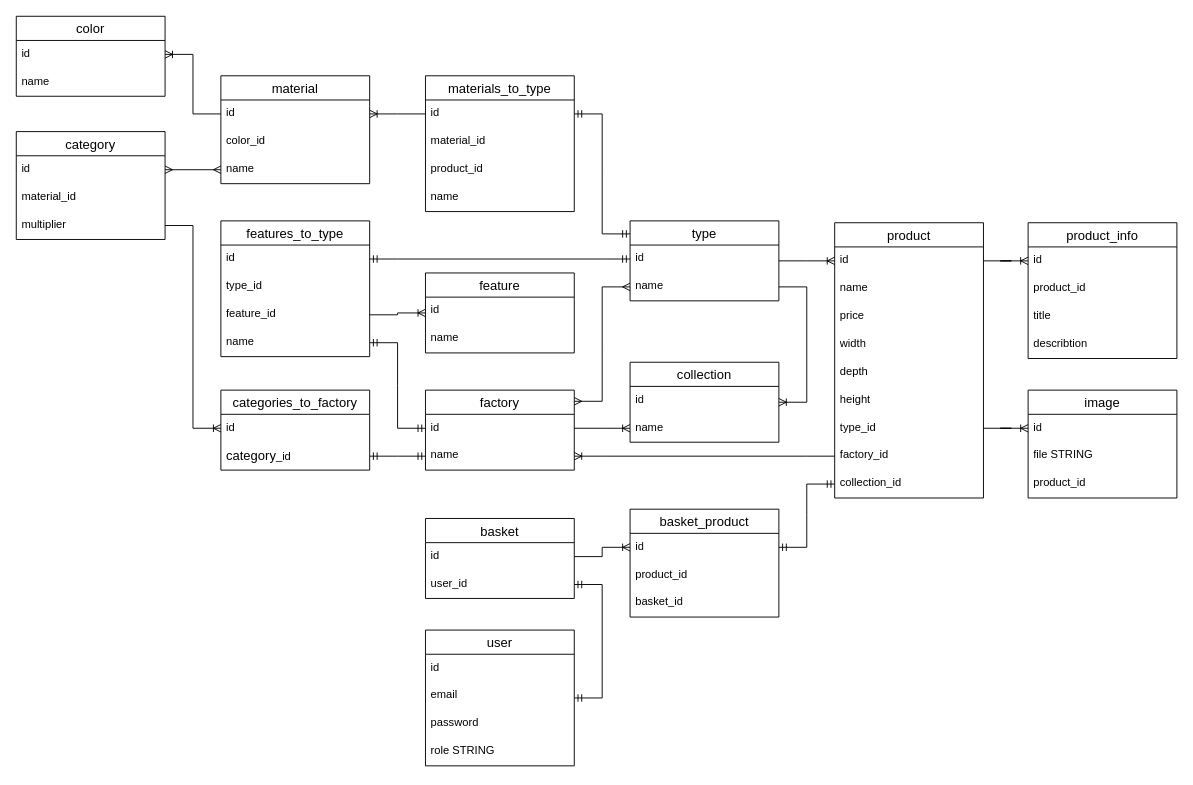
Earlier version of the draw.io diagram DB-riazanov-shop.drawio (Ingwaruz/riazanov-mebel-shop). Source tidied: cells renumbered, new cells numbered last; positions are measured from the earlier drawing's top-left corner, leaving out a move shared by most shapes. Both pictures are drawn from the tidied source at 93%, with x=0, y=0 at pixel (-24, 16).
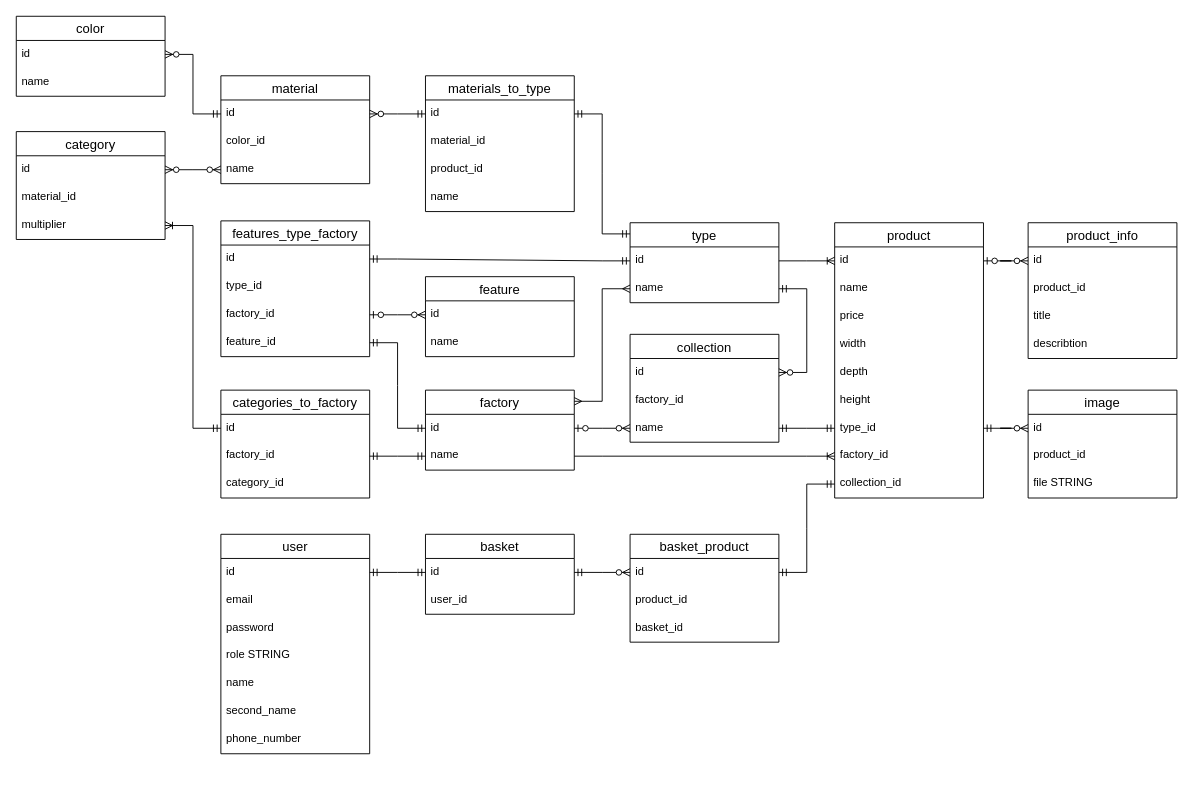
The same page after the edit.

The change refers to these unchanged cells:
```xml
<mxCell id="3" value="id" style="text;strokeColor=none;fillColor=none;spacingLeft=4;spacingRight=4;overflow=hidden;points=[[0,0.5],[1,0.5]];portConstraint=eastwest;fontSize=12;whiteSpace=wrap;html=1;" parent="2" vertex="1">
  <mxGeometry y="26" width="160" height="30" as="geometry" />
</mxCell>
<mxCell id="8" value="id" style="text;strokeColor=none;fillColor=none;spacingLeft=4;spacingRight=4;overflow=hidden;points=[[0,0.5],[1,0.5]];portConstraint=eastwest;fontSize=12;whiteSpace=wrap;html=1;" parent="7" vertex="1">
  <mxGeometry y="26" width="160" height="30" as="geometry" />
</mxCell>
<mxCell id="9" value="user_id" style="text;strokeColor=none;fillColor=none;spacingLeft=4;spacingRight=4;overflow=hidden;points=[[0,0.5],[1,0.5]];portConstraint=eastwest;fontSize=12;whiteSpace=wrap;html=1;" parent="7" vertex="1">
  <mxGeometry y="56" width="160" height="30" as="geometry" />
</mxCell>
<mxCell id="11" value="id" style="text;strokeColor=none;fillColor=none;spacingLeft=4;spacingRight=4;overflow=hidden;points=[[0,0.5],[1,0.5]];portConstraint=eastwest;fontSize=12;whiteSpace=wrap;html=1;" parent="10" vertex="1">
  <mxGeometry y="26" width="160" height="30" as="geometry" />
</mxCell>
<mxCell id="17" value="type_id" style="text;strokeColor=none;fillColor=none;spacingLeft=4;spacingRight=4;overflow=hidden;points=[[0,0.5],[1,0.5]];portConstraint=eastwest;fontSize=12;whiteSpace=wrap;html=1;" parent="10" vertex="1">
  <mxGeometry y="206" width="160" height="30" as="geometry" />
</mxCell>
<mxCell id="18" value="factory_id" style="text;strokeColor=none;fillColor=none;spacingLeft=4;spacingRight=4;overflow=hidden;points=[[0,0.5],[1,0.5]];portConstraint=eastwest;fontSize=12;whiteSpace=wrap;html=1;" parent="10" vertex="1">
  <mxGeometry y="236" width="160" height="30" as="geometry" />
</mxCell>
<mxCell id="21" value="id" style="text;strokeColor=none;fillColor=none;spacingLeft=4;spacingRight=4;overflow=hidden;points=[[0,0.5],[1,0.5]];portConstraint=eastwest;fontSize=12;whiteSpace=wrap;html=1;" parent="20" vertex="1">
  <mxGeometry y="26" width="160" height="30" as="geometry" />
</mxCell>
<mxCell id="22" value="name" style="text;strokeColor=none;fillColor=none;spacingLeft=4;spacingRight=4;overflow=hidden;points=[[0,0.5],[1,0.5]];portConstraint=eastwest;fontSize=12;whiteSpace=wrap;html=1;" parent="20" vertex="1">
  <mxGeometry y="56" width="160" height="30" as="geometry" />
</mxCell>
<mxCell id="24" value="id" style="text;strokeColor=none;fillColor=none;spacingLeft=4;spacingRight=4;overflow=hidden;points=[[0,0.5],[1,0.5]];portConstraint=eastwest;fontSize=12;whiteSpace=wrap;html=1;" parent="23" vertex="1">
  <mxGeometry y="26" width="160" height="30" as="geometry" />
</mxCell>
<mxCell id="25" value="name" style="text;strokeColor=none;fillColor=none;spacingLeft=4;spacingRight=4;overflow=hidden;points=[[0,0.5],[1,0.5]];portConstraint=eastwest;fontSize=12;whiteSpace=wrap;html=1;" parent="23" vertex="1">
  <mxGeometry y="56" width="160" height="30" as="geometry" />
</mxCell>
<mxCell id="28" value="id" style="text;strokeColor=none;fillColor=none;spacingLeft=4;spacingRight=4;overflow=hidden;points=[[0,0.5],[1,0.5]];portConstraint=eastwest;fontSize=12;whiteSpace=wrap;html=1;" parent="27" vertex="1">
  <mxGeometry y="26" width="160" height="30" as="geometry" />
</mxCell>
<mxCell id="33" value="id" style="text;strokeColor=none;fillColor=none;spacingLeft=4;spacingRight=4;overflow=hidden;points=[[0,0.5],[1,0.5]];portConstraint=eastwest;fontSize=12;whiteSpace=wrap;html=1;" parent="32" vertex="1">
  <mxGeometry y="26" width="160" height="30" as="geometry" />
</mxCell>
<mxCell id="40" value="id" style="text;strokeColor=none;fillColor=none;spacingLeft=4;spacingRight=4;overflow=hidden;points=[[0,0.5],[1,0.5]];portConstraint=eastwest;fontSize=12;whiteSpace=wrap;html=1;" parent="39" vertex="1">
  <mxGeometry y="26" width="160" height="30" as="geometry" />
</mxCell>
<mxCell id="43" value="id" style="text;strokeColor=none;fillColor=none;spacingLeft=4;spacingRight=4;overflow=hidden;points=[[0,0.5],[1,0.5]];portConstraint=eastwest;fontSize=12;whiteSpace=wrap;html=1;" parent="42" vertex="1">
  <mxGeometry y="26" width="160" height="30" as="geometry" />
</mxCell>
<mxCell id="46" value="id" style="text;strokeColor=none;fillColor=none;spacingLeft=4;spacingRight=4;overflow=hidden;points=[[0,0.5],[1,0.5]];portConstraint=eastwest;fontSize=12;whiteSpace=wrap;html=1;" parent="45" vertex="1">
  <mxGeometry y="26" width="160" height="30" as="geometry" />
</mxCell>
<mxCell id="48" value="name" style="text;strokeColor=none;fillColor=none;spacingLeft=4;spacingRight=4;overflow=hidden;points=[[0,0.5],[1,0.5]];portConstraint=eastwest;fontSize=12;whiteSpace=wrap;html=1;" parent="45" vertex="1">
  <mxGeometry y="86" width="160" height="30" as="geometry" />
</mxCell>
<mxCell id="52" value="id" style="text;strokeColor=none;fillColor=none;spacingLeft=4;spacingRight=4;overflow=hidden;points=[[0,0.5],[1,0.5]];portConstraint=eastwest;fontSize=12;whiteSpace=wrap;html=1;" parent="51" vertex="1">
  <mxGeometry y="26" width="160" height="30" as="geometry" />
</mxCell>
<mxCell id="58" value="image" style="swimlane;fontStyle=0;horizontal=1;startSize=26;align=center;fontSize=14;" parent="1" vertex="1">
  <mxGeometry x="1131" y="402" width="160" height="116" as="geometry" />
</mxCell>
<mxCell id="59" value="id" style="text;strokeColor=none;fillColor=none;spacingLeft=4;spacingRight=4;overflow=hidden;points=[[0,0.5],[1,0.5]];portConstraint=eastwest;fontSize=12;whiteSpace=wrap;html=1;" parent="58" vertex="1">
  <mxGeometry y="26" width="160" height="30" as="geometry" />
</mxCell>
<mxCell id="63" value="id" style="text;strokeColor=none;fillColor=none;spacingLeft=4;spacingRight=4;overflow=hidden;points=[[0,0.5],[1,0.5]];portConstraint=eastwest;fontSize=12;whiteSpace=wrap;html=1;" parent="62" vertex="1">
  <mxGeometry y="26" width="160" height="30" as="geometry" />
</mxCell>
<mxCell id="65" value="multiplier" style="text;strokeColor=none;fillColor=none;spacingLeft=4;spacingRight=4;overflow=hidden;points=[[0,0.5],[1,0.5]];portConstraint=eastwest;fontSize=12;whiteSpace=wrap;html=1;" parent="62" vertex="1">
  <mxGeometry y="86" width="160" height="30" as="geometry" />
</mxCell>
<mxCell id="67" value="id" style="text;strokeColor=none;fillColor=none;spacingLeft=4;spacingRight=4;overflow=hidden;points=[[0,0.5],[1,0.5]];portConstraint=eastwest;fontSize=12;whiteSpace=wrap;html=1;" parent="66" vertex="1">
  <mxGeometry y="26" width="160" height="30" as="geometry" />
</mxCell>
<mxCell id="77" value="id" style="text;strokeColor=none;fillColor=none;spacingLeft=4;spacingRight=4;overflow=hidden;points=[[0,0.5],[1,0.5]];portConstraint=eastwest;fontSize=12;whiteSpace=wrap;html=1;" parent="76" vertex="1">
  <mxGeometry y="26" width="160" height="30" as="geometry" />
</mxCell>
```

The edit, as a diff of the source:
```diff
@@
     <mxCell id="2" value="user" style="swimlane;fontStyle=0;horizontal=1;startSize=26;align=center;fontSize=14;" parent="1" vertex="1">
-      <mxGeometry x="483" y="660" width="160" height="146" as="geometry" />
+      <mxGeometry x="263" y="557" width="160" height="236" as="geometry" />
     </mxCell>
@@
+    <mxCell id="88" value="name" style="text;strokeColor=none;fillColor=none;spacingLeft=4;spacingRight=4;overflow=hidden;fontSize=12;whiteSpace=wrap;html=1;" parent="2" vertex="1">
+      <mxGeometry y="146" width="160" height="30" as="geometry" />
+    </mxCell>
+    <mxCell id="89" value="second_name" style="text;strokeColor=none;fillColor=none;spacingLeft=4;spacingRight=4;overflow=hidden;fontSize=12;whiteSpace=wrap;html=1;" parent="2" vertex="1">
+      <mxGeometry y="176" width="160" height="30" as="geometry" />
+    </mxCell>
+    <mxCell id="90" value="phone_number" style="text;strokeColor=none;fillColor=none;spacingLeft=4;spacingRight=4;overflow=hidden;fontSize=12;whiteSpace=wrap;html=1;" parent="2" vertex="1">
+      <mxGeometry y="206" width="160" height="30" as="geometry" />
+    </mxCell>
     <mxCell id="7" value="basket" style="swimlane;fontStyle=0;horizontal=1;startSize=26;align=center;fontSize=14;" parent="1" vertex="1">
-      <mxGeometry x="483" y="540" width="160" height="86" as="geometry" />
+      <mxGeometry x="483" y="557" width="160" height="86" as="geometry" />
     </mxCell>
@@
     <mxCell id="23" value="type" style="swimlane;fontStyle=0;horizontal=1;startSize=26;align=center;fontSize=14;" parent="1" vertex="1">
-      <mxGeometry x="703" y="220" width="160" height="86" as="geometry" />
+      <mxGeometry x="703" y="222" width="160" height="86" as="geometry" />
     </mxCell>
@@
-    <mxCell id="26" style="edgeStyle=entityRelationEdgeStyle;fontSize=12;html=1;endArrow=ERoneToMany;rounded=0;" parent="1" edge="1" source="23" target="11">
+    <mxCell id="26" style="edgeStyle=entityRelationEdgeStyle;fontSize=12;html=1;endArrow=ERoneToMany;rounded=0;" parent="1" edge="1" source="24" target="11">
       <mxGeometry relative="1" as="geometry" />
     </mxCell>
@@
     <mxCell id="32" value="basket_product" style="swimlane;fontStyle=0;horizontal=1;startSize=26;align=center;fontSize=14;" parent="1" vertex="1">
-      <mxGeometry x="703" y="530" width="160" height="116" as="geometry" />
+      <mxGeometry x="703" y="557" width="160" height="116" as="geometry" />
     </mxCell>
@@
-    <mxCell id="36" style="edgeStyle=entityRelationEdgeStyle;fontSize=12;html=1;endArrow=ERoneToMany;rounded=0;" parent="1" edge="1" source="8" target="33">
-      <mxGeometry relative="1" as="geometry" />
-    </mxCell>
-    <mxCell id="37" style="edgeStyle=entityRelationEdgeStyle;fontSize=12;html=1;endArrow=ERmandOne;startArrow=ERmandOne;rounded=0;" parent="1" edge="1" source="9" target="2">
+    <mxCell id="37" style="edgeStyle=entityRelationEdgeStyle;fontSize=12;html=1;endArrow=ERmandOne;startArrow=ERmandOne;rounded=0;" parent="1" edge="1" source="8" target="3">
       <mxGeometry relative="1" as="geometry">
         <Array as="points">
-          <mxPoint x="603" y="909" />
-          <mxPoint x="513" y="909" />
-          <mxPoint x="503" y="909" />
+          <mxPoint x="603" y="936" />
+          <mxPoint x="513" y="936" />
+          <mxPoint x="503" y="936" />
         </Array>
       </mxGeometry>
     </mxCell>
@@
     <mxCell id="39" value="collection" style="swimlane;fontStyle=0;horizontal=1;startSize=26;align=center;fontSize=14;" parent="1" vertex="1">
-      <mxGeometry x="703" y="372" width="160" height="86" as="geometry" />
+      <mxGeometry x="703" y="342" width="160" height="116" as="geometry" />
     </mxCell>
@@
-    <mxCell id="41" value="name" style="text;strokeColor=none;fillColor=none;spacingLeft=4;spacingRight=4;overflow=hidden;points=[[0,0.5],[1,0.5]];portConstraint=eastwest;fontSize=12;whiteSpace=wrap;html=1;" parent="39" vertex="1">
+    <mxCell id="41" value="factory_id" style="text;strokeColor=none;fillColor=none;spacingLeft=4;spacingRight=4;overflow=hidden;points=[[0,0.5],[1,0.5]];portConstraint=eastwest;fontSize=12;whiteSpace=wrap;html=1;" parent="39" vertex="1">
       <mxGeometry y="56" width="160" height="30" as="geometry" />
     </mxCell>
+    <mxCell id="91" value="name" style="text;strokeColor=none;fillColor=none;spacingLeft=4;spacingRight=4;overflow=hidden;points=[[0,0.5],[1,0.5]];portConstraint=eastwest;fontSize=12;whiteSpace=wrap;html=1;" parent="39" vertex="1">
+      <mxGeometry y="86" width="160" height="30" as="geometry" />
+    </mxCell>
@@
-    <mxCell id="49" style="edgeStyle=entityRelationEdgeStyle;fontSize=12;html=1;endArrow=ERoneToMany;rounded=0;" parent="1" edge="1" source="46" target="43">
-      <mxGeometry relative="1" as="geometry" />
-    </mxCell>
-    <mxCell id="50" style="edgeStyle=entityRelationEdgeStyle;fontSize=12;html=1;endArrow=ERoneToMany;rounded=0;" parent="1" edge="1" source="21" target="41">
-      <mxGeometry relative="1" as="geometry" />
-    </mxCell>
@@
-    <mxCell id="57" style="edgeStyle=entityRelationEdgeStyle;fontSize=12;html=1;endArrow=ERoneToMany;rounded=0;" parent="1" edge="1" source="52" target="46">
-      <mxGeometry relative="1" as="geometry" />
-    </mxCell>
@@
-    <mxCell id="60" value="file STRING" style="text;strokeColor=none;fillColor=none;spacingLeft=4;spacingRight=4;overflow=hidden;fontSize=12;whiteSpace=wrap;html=1;" parent="58" vertex="1">
+    <mxCell id="60" value="product_id" style="text;strokeColor=none;fillColor=none;spacingLeft=4;spacingRight=4;overflow=hidden;fontSize=12;whiteSpace=wrap;html=1;" parent="58" vertex="1">
       <mxGeometry y="56" width="160" height="30" as="geometry" />
     </mxCell>
-    <mxCell id="61" value="product_id" style="text;strokeColor=none;fillColor=none;spacingLeft=4;spacingRight=4;overflow=hidden;fontSize=12;whiteSpace=wrap;html=1;" parent="58" vertex="1">
+    <mxCell id="61" value="file STRING" style="text;strokeColor=none;fillColor=none;spacingLeft=4;spacingRight=4;overflow=hidden;fontSize=12;whiteSpace=wrap;html=1;" parent="58" vertex="1">
       <mxGeometry y="86" width="160" height="30" as="geometry" />
     </mxCell>
@@
     <mxCell id="66" value="feature" style="swimlane;fontStyle=0;horizontal=1;startSize=26;align=center;fontSize=14;" parent="1" vertex="1">
-      <mxGeometry x="483" y="276" width="160" height="86" as="geometry" />
+      <mxGeometry x="483" y="280" width="160" height="86" as="geometry" />
     </mxCell>
@@
-    <mxCell id="69" style="edgeStyle=entityRelationEdgeStyle;fontSize=12;html=1;endArrow=ERoneToMany;rounded=0;" parent="1" edge="1" source="85" target="66">
-      <mxGeometry relative="1" as="geometry">
-        <Array as="points">
-          <mxPoint x="290" y="424" />
-        </Array>
-      </mxGeometry>
-    </mxCell>
-    <mxCell id="70" style="edgeStyle=entityRelationEdgeStyle;fontSize=12;html=1;endArrow=ERoneToMany;rounded=0;" parent="1" edge="1" source="25" target="39">
-      <mxGeometry relative="1" as="geometry" />
-    </mxCell>
@@
-    <mxCell id="72" style="edgeStyle=entityRelationEdgeStyle;fontSize=12;html=1;endArrow=ERoneToMany;rounded=0;" parent="1" edge="1" source="18" target="22">
+    <mxCell id="72" style="edgeStyle=entityRelationEdgeStyle;fontSize=12;html=1;endArrow=ERoneToMany;rounded=0;" parent="1" edge="1" source="22" target="18">
       <mxGeometry relative="1" as="geometry">
         <Array as="points">
           <mxPoint x="850" y="470" />
           <mxPoint x="890" y="510" />
           <mxPoint x="880" y="510" />
         </Array>
       </mxGeometry>
     </mxCell>
-    <mxCell id="73" style="edgeStyle=entityRelationEdgeStyle;fontSize=12;html=1;endArrow=ERoneToMany;rounded=0;" parent="1" edge="1" source="11" target="28">
-      <mxGeometry relative="1" as="geometry" />
-    </mxCell>
-    <mxCell id="74" style="edgeStyle=entityRelationEdgeStyle;fontSize=12;html=1;endArrow=ERoneToMany;rounded=0;" parent="1" edge="1" source="17" target="59">
-      <mxGeometry relative="1" as="geometry" />
-    </mxCell>
-    <mxCell id="75" style="edgeStyle=entityRelationEdgeStyle;fontSize=12;html=1;endArrow=ERmany;startArrow=ERmany;rounded=0;" parent="1" edge="1" source="63" target="48">
-      <mxGeometry relative="1" as="geometry" />
-    </mxCell>
     <mxCell id="76" value="categories_to_factory" style="swimlane;fontStyle=0;horizontal=1;startSize=26;align=center;fontSize=14;" parent="1" vertex="1">
-      <mxGeometry x="263" y="402" width="160" height="86" as="geometry" />
+      <mxGeometry x="263" y="402" width="160" height="116" as="geometry" />
     </mxCell>
@@
-    <mxCell id="78" value="&lt;span style=&quot;font-size: 14px; text-align: center; text-wrap: nowrap;&quot;&gt;category&lt;/span&gt;_id" style="text;strokeColor=none;fillColor=none;spacingLeft=4;spacingRight=4;overflow=hidden;points=[[0,0.5],[1,0.5]];portConstraint=eastwest;fontSize=12;whiteSpace=wrap;html=1;" parent="76" vertex="1">
+    <mxCell id="78" value="&lt;div style=&quot;text-align: center;&quot;&gt;&lt;span style=&quot;background-color: initial; text-wrap: nowrap;&quot;&gt;factory_id&lt;/span&gt;&lt;/div&gt;" style="text;strokeColor=none;fillColor=none;spacingLeft=4;spacingRight=4;overflow=hidden;points=[[0,0.5],[1,0.5]];portConstraint=eastwest;fontSize=12;whiteSpace=wrap;html=1;" parent="76" vertex="1">
       <mxGeometry y="56" width="160" height="30" as="geometry" />
     </mxCell>
+    <mxCell id="92" value="&lt;font style=&quot;font-size: 12px;&quot;&gt;&lt;span style=&quot;text-align: center; text-wrap: nowrap;&quot;&gt;category&lt;/span&gt;_id&lt;/font&gt;" style="text;strokeColor=none;fillColor=none;spacingLeft=4;spacingRight=4;overflow=hidden;fontSize=12;whiteSpace=wrap;html=1;" parent="76" vertex="1">
+      <mxGeometry y="86" width="160" height="30" as="geometry" />
+    </mxCell>
@@
-    <mxCell id="81" style="fontSize=12;html=1;endArrow=ERoneToMany;rounded=0;edgeStyle=entityRelationEdgeStyle;elbow=vertical;curved=0;" parent="1" edge="1" source="65" target="77">
-      <mxGeometry relative="1" as="geometry">
-        <Array as="points">
-          <mxPoint x="130" y="330" />
-          <mxPoint y="350" />
-          <mxPoint x="130" y="380" />
-        </Array>
-      </mxGeometry>
-    </mxCell>
-    <mxCell id="82" value="features_to_type" style="swimlane;fontStyle=0;horizontal=1;startSize=26;align=center;fontSize=14;" parent="1" vertex="1">
+    <mxCell id="82" value="features_type_factory" style="swimlane;fontStyle=0;horizontal=1;startSize=26;align=center;fontSize=14;" parent="1" vertex="1">
       <mxGeometry x="263" y="220" width="160" height="146" as="geometry" />
     </mxCell>
@@
-    <mxCell id="85" value="feature_id" style="text;strokeColor=none;fillColor=none;spacingLeft=4;spacingRight=4;overflow=hidden;points=[[0,0.5],[1,0.5]];portConstraint=eastwest;fontSize=12;whiteSpace=wrap;html=1;" parent="82" vertex="1">
+    <mxCell id="85" value="factory_id" style="text;strokeColor=none;fillColor=none;spacingLeft=4;spacingRight=4;overflow=hidden;points=[[0,0.5],[1,0.5]];portConstraint=eastwest;fontSize=12;whiteSpace=wrap;html=1;" parent="82" vertex="1">
       <mxGeometry y="86" width="160" height="30" as="geometry" />
     </mxCell>
-    <mxCell id="86" value="name" style="text;strokeColor=none;fillColor=none;spacingLeft=4;spacingRight=4;overflow=hidden;points=[[0,0.5],[1,0.5]];portConstraint=eastwest;fontSize=12;whiteSpace=wrap;html=1;" parent="82" vertex="1">
+    <mxCell id="86" value="feature_id" style="text;strokeColor=none;fillColor=none;spacingLeft=4;spacingRight=4;overflow=hidden;points=[[0,0.5],[1,0.5]];portConstraint=eastwest;fontSize=12;whiteSpace=wrap;html=1;" parent="82" vertex="1">
       <mxGeometry y="116" width="160" height="30" as="geometry" />
     </mxCell>
@@
+    <mxCell id="93" style="edgeStyle=entityRelationEdgeStyle;fontSize=12;html=1;endArrow=ERmandOne;startArrow=ERmandOne;rounded=0;" parent="1" edge="1" source="91" target="17">
+      <mxGeometry relative="1" as="geometry" />
+    </mxCell>
+    <mxCell id="49" style="edgeStyle=entityRelationEdgeStyle;fontSize=12;html=1;endArrow=ERzeroToMany;startArrow=ERmandOne;rounded=0;" parent="1" edge="1" source="46" target="43">
+      <mxGeometry relative="1" as="geometry" />
+    </mxCell>
+    <mxCell id="75" style="edgeStyle=entityRelationEdgeStyle;fontSize=12;html=1;endArrow=ERzeroToMany;endFill=1;startArrow=ERzeroToMany;rounded=0;" parent="1" edge="1" source="63" target="48">
+      <mxGeometry relative="1" as="geometry" />
+    </mxCell>
+    <mxCell id="73" style="edgeStyle=entityRelationEdgeStyle;fontSize=12;html=1;endArrow=ERzeroToMany;startArrow=ERzeroToOne;rounded=0;" parent="1" edge="1" source="11" target="28">
+      <mxGeometry relative="1" as="geometry" />
+    </mxCell>
+    <mxCell id="74" style="edgeStyle=entityRelationEdgeStyle;fontSize=12;html=1;endArrow=ERzeroToMany;startArrow=ERmandOne;rounded=0;" parent="1" edge="1" source="17" target="59">
+      <mxGeometry relative="1" as="geometry" />
+    </mxCell>
+    <mxCell id="36" style="edgeStyle=entityRelationEdgeStyle;fontSize=12;html=1;endArrow=ERzeroToMany;startArrow=ERmandOne;rounded=0;" parent="1" edge="1" source="8" target="33">
+      <mxGeometry relative="1" as="geometry" />
+    </mxCell>
+    <mxCell id="57" style="edgeStyle=entityRelationEdgeStyle;fontSize=12;html=1;endArrow=ERzeroToMany;startArrow=ERmandOne;rounded=0;" parent="1" edge="1" source="52" target="46">
+      <mxGeometry relative="1" as="geometry">
+        <Array as="points">
+          <mxPoint x="526" y="163" />
+        </Array>
+      </mxGeometry>
+    </mxCell>
+    <mxCell id="94" style="edgeStyle=entityRelationEdgeStyle;fontSize=12;html=1;endArrow=ERzeroToMany;startArrow=ERmandOne;rounded=0;" parent="1" edge="1" source="25" target="40">
+      <mxGeometry relative="1" as="geometry" />
+    </mxCell>
+    <mxCell id="95" style="edgeStyle=entityRelationEdgeStyle;fontSize=12;html=1;endArrow=ERzeroToMany;startArrow=ERzeroToOne;rounded=0;" parent="1" edge="1" source="21" target="91">
+      <mxGeometry relative="1" as="geometry" />
+    </mxCell>
+    <mxCell id="96" style="edgeStyle=entityRelationEdgeStyle;fontSize=12;html=1;endArrow=ERzeroToMany;startArrow=ERzeroToOne;rounded=0;" parent="1" edge="1" source="85" target="67">
+      <mxGeometry relative="1" as="geometry" />
+    </mxCell>
+    <mxCell id="97" style="edgeStyle=entityRelationEdgeStyle;fontSize=12;html=1;endArrow=ERoneToMany;startArrow=ERmandOne;rounded=0;" parent="1" edge="1" source="77" target="65">
+      <mxGeometry relative="1" as="geometry" />
+    </mxCell>
```
